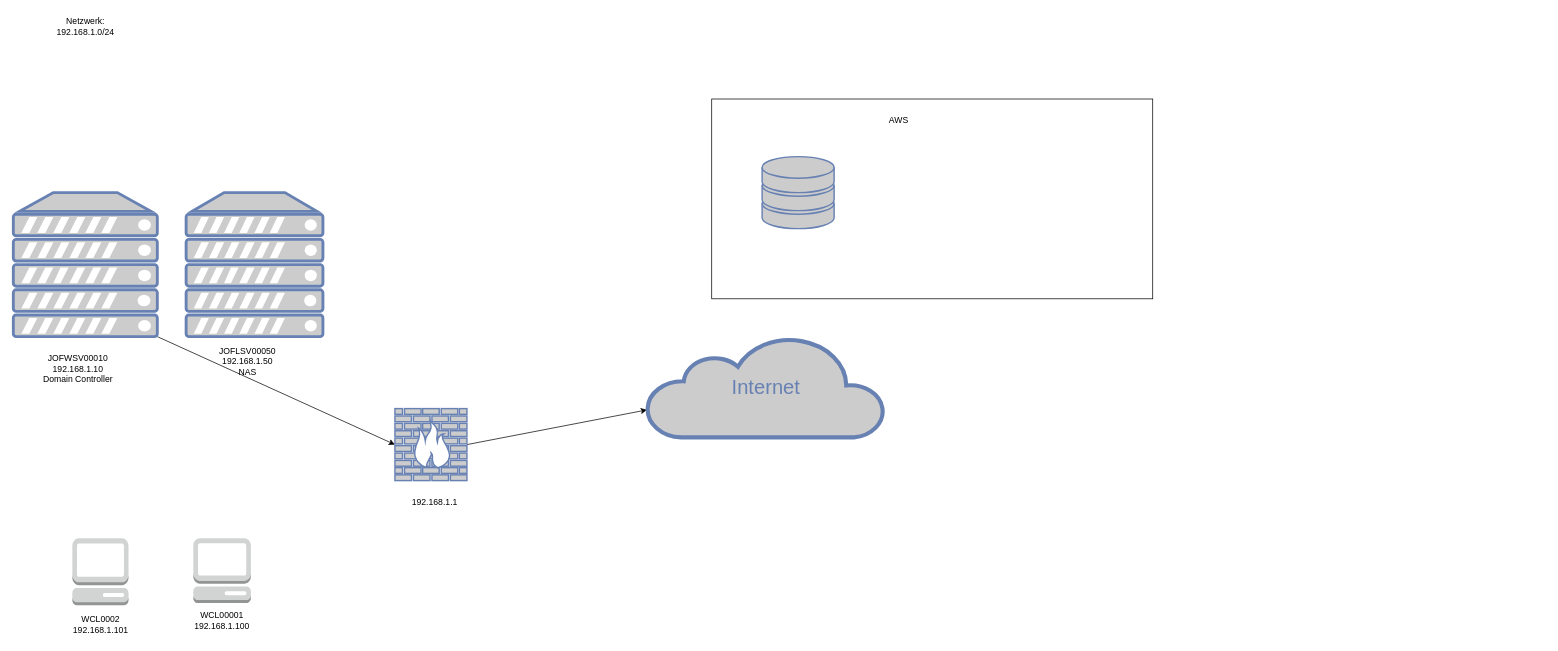
The draw.io diagram Netzwerk_test.drawio in JoelFernandes03/M143, before the edit. Source tidied: cells renumbered, new cells numbered last; positions are measured from the earlier drawing's top-left corner, leaving out a move shared by most shapes. Both pictures are drawn from the tidied source at 72%, with x=0, y=0 at pixel (13, 12).
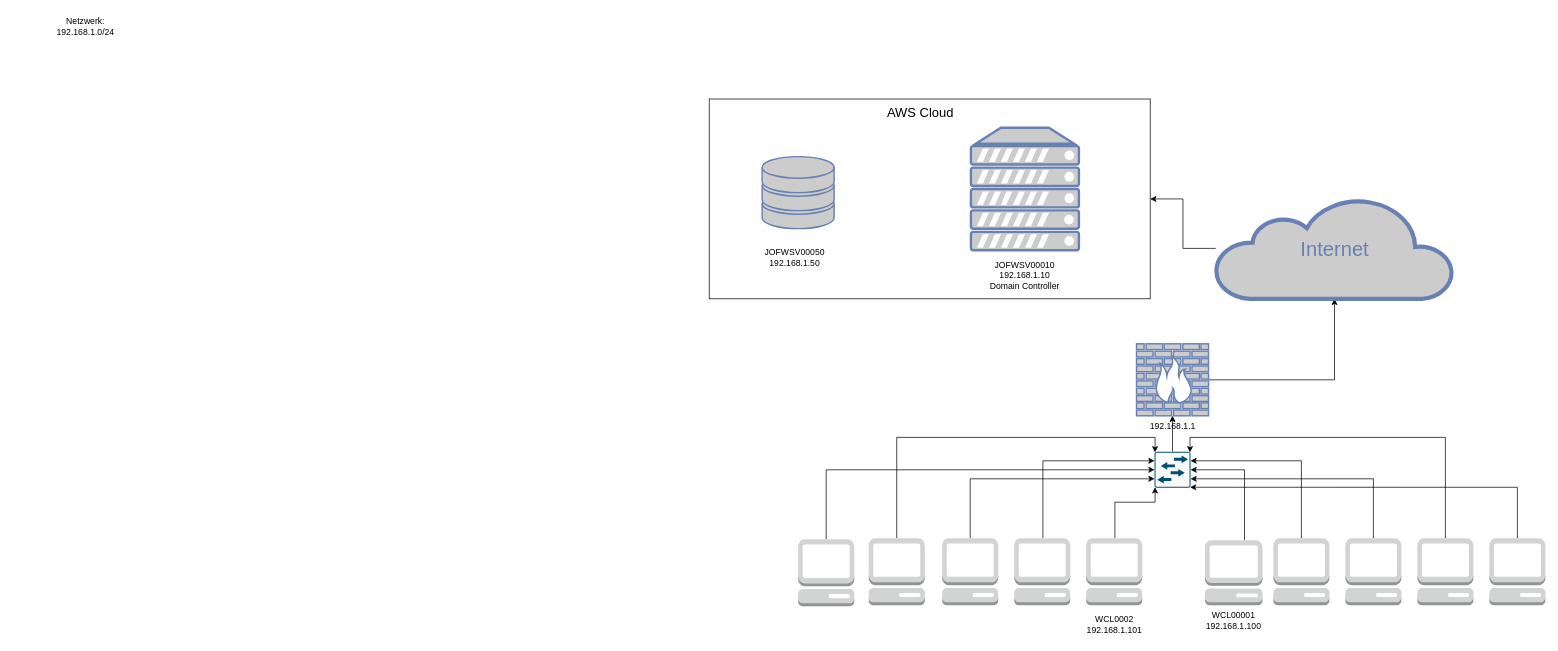
After the change.

The edit, as a diff of the source:
```diff
@@
     <mxCell id="2" style="whiteSpace=wrap;html=1;" parent="1" vertex="1">
-      <mxGeometry x="970" y="120" width="612.5" height="277.5" as="geometry" />
+      <mxGeometry x="966.5" y="120" width="612.5" height="277.5" as="geometry" />
     </mxCell>
-    <mxCell id="3" style="edgeStyle=none;rounded=0;jettySize=auto;html=1;exitX=1;exitY=0.5;exitDx=0;exitDy=0;exitPerimeter=0;" parent="1" edge="1" source="4" target="5">
+    <mxCell id="3" style="edgeStyle=orthogonalEdgeStyle;rounded=0;jettySize=auto;html=1;entryX=0.5;entryY=1;entryDx=0;entryDy=0;entryPerimeter=0;" parent="1" edge="1" source="4" target="5">
       <mxGeometry relative="1" as="geometry" />
     </mxCell>
     <mxCell id="4" style="fontColor=#0066CC;verticalAlign=top;verticalLabelPosition=bottom;labelPosition=center;align=center;html=1;fillColor=#CCCCCC;strokeColor=#6881B3;gradientColor=none;gradientDirection=north;strokeWidth=2;shape=mxgraph.networks.firewall;rounded=0;shadow=0;comic=0;" parent="1" vertex="1">
-      <mxGeometry x="530" y="550" width="100" height="100" as="geometry" />
+      <mxGeometry x="1560" y="460" width="100" height="100" as="geometry" />
     </mxCell>
+    <mxCell id="19" style="edgeStyle=orthogonalEdgeStyle;rounded=0;jettySize=auto;html=1;fontSize=18;" parent="1" edge="1" source="5" target="2">
+      <mxGeometry relative="1" as="geometry" />
+    </mxCell>
     <mxCell id="5" value="Internet" style="html=1;fillColor=#CCCCCC;strokeColor=#6881B3;gradientColor=none;gradientDirection=north;strokeWidth=2;shape=mxgraph.networks.cloud;fontColor=#6881B3;rounded=0;shadow=0;comic=0;align=center;fontSize=28;" parent="1" vertex="1">
-      <mxGeometry x="880" y="450" width="330" height="140" as="geometry" />
+      <mxGeometry x="1670" y="257.5" width="330" height="140" as="geometry" />
     </mxCell>
-    <mxCell id="6" style="edgeStyle=none;rounded=0;jettySize=auto;html=1;exitX=1;exitY=1;exitDx=0;exitDy=0;exitPerimeter=0;entryX=0;entryY=0.5;entryDx=0;entryDy=0;entryPerimeter=0;" parent="1" edge="1" source="7" target="4">
-      <mxGeometry relative="1" as="geometry" />
-    </mxCell>
-    <mxCell id="7" style="fontColor=#0066CC;verticalAlign=top;verticalLabelPosition=bottom;labelPosition=center;align=center;html=1;outlineConnect=0;fillColor=#CCCCCC;strokeColor=#6881B3;gradientColor=none;gradientDirection=north;strokeWidth=2;shape=mxgraph.networks.server;" parent="1" vertex="1">
-      <mxGeometry y="250" width="200" height="200" as="geometry" />
-    </mxCell>
     <mxCell id="8" style="fontColor=#0066CC;verticalAlign=top;verticalLabelPosition=bottom;labelPosition=center;align=center;html=1;fillColor=#CCCCCC;strokeColor=#6881B3;gradientColor=none;gradientDirection=north;strokeWidth=2;shape=mxgraph.networks.server;" parent="1" vertex="1">
-      <mxGeometry x="240" y="250" width="190" height="200" as="geometry" />
+      <mxGeometry x="1330" y="160" width="150" height="170" as="geometry" />
     </mxCell>
     <mxCell id="9" value="JOFWSV00010&lt;br&gt;192.168.1.10&lt;br&gt;Domain Controller" style="text;strokeColor=none;align=center;fillColor=none;html=1;verticalAlign=middle;whiteSpace=wrap;rounded=0;" parent="1" vertex="1">
-      <mxGeometry x="35" y="470" width="110" height="50" as="geometry" />
+      <mxGeometry x="1350" y="340" width="110" height="50" as="geometry" />
     </mxCell>
-    <mxCell id="10" value="JOFLSV00050&lt;br&gt;192.168.1.50&lt;br&gt;NAS" style="text;html=1;align=center;verticalAlign=middle;strokeColor=none;fillColor=none;" parent="1" vertex="1">
-      <mxGeometry x="275" y="455" width="100" height="60" as="geometry" />
+    <mxCell id="10" value="JOFWSV00050&lt;br&gt;192.168.1.50&lt;br&gt;" style="text;html=1;align=center;verticalAlign=middle;strokeColor=none;fillColor=none;" parent="1" vertex="1">
+      <mxGeometry x="1030" y="320" width="110" height="40" as="geometry" />
     </mxCell>
@@
-    <mxCell id="12" value="AWS" style="text;strokeColor=none;align=center;fillColor=none;html=1;verticalAlign=middle;whiteSpace=wrap;rounded=0;" parent="1" vertex="1">
-      <mxGeometry x="1170" y="20" width="120" height="260" as="geometry" />
+    <mxCell id="12" value="&lt;font style=&quot;font-size: 18px;&quot;&gt;AWS Cloud&lt;/font&gt;" style="text;strokeColor=none;align=center;fillColor=none;html=1;verticalAlign=middle;whiteSpace=wrap;rounded=0;" parent="1" vertex="1">
+      <mxGeometry x="1200" y="10" width="120" height="260" as="geometry" />
     </mxCell>
@@
+    <mxCell id="20" style="edgeStyle=orthogonalEdgeStyle;rounded=0;jettySize=auto;html=1;entryX=0.015;entryY=0.985;entryDx=0;entryDy=0;entryPerimeter=0;fontSize=18;" parent="1" edge="1" source="14" target="23">
+      <mxGeometry relative="1" as="geometry">
+        <Array as="points">
+          <mxPoint x="1530" y="680" />
+          <mxPoint x="1586" y="680" />
+        </Array>
+      </mxGeometry>
+    </mxCell>
     <mxCell id="14" style="outlineConnect=0;dashed=0;verticalLabelPosition=bottom;verticalAlign=top;align=center;html=1;shape=mxgraph.aws3.management_console;fillColor=#D2D3D3;gradientColor=none;" parent="1" vertex="1">
-      <mxGeometry x="82" y="730" width="78" height="93" as="geometry" />
+      <mxGeometry x="1490" y="730" width="78" height="93" as="geometry" />
     </mxCell>
+    <mxCell id="21" style="edgeStyle=orthogonalEdgeStyle;rounded=0;jettySize=auto;html=1;entryX=1;entryY=0.5;entryDx=0;entryDy=0;entryPerimeter=0;fontSize=18;" parent="1" edge="1" source="15" target="23">
+      <mxGeometry relative="1" as="geometry">
+        <Array as="points">
+          <mxPoint x="1710" y="635" />
+        </Array>
+      </mxGeometry>
+    </mxCell>
     <mxCell id="15" style="outlineConnect=0;dashed=0;verticalLabelPosition=bottom;verticalAlign=top;align=center;html=1;shape=mxgraph.aws3.management_console;fillColor=#D2D3D3;gradientColor=none;" parent="1" vertex="1">
-      <mxGeometry x="250" y="730" width="80" height="90" as="geometry" />
+      <mxGeometry x="1655" y="733" width="80" height="90" as="geometry" />
     </mxCell>
     <mxCell id="16" value="WCL00001&lt;br&gt;192.168.1.100" style="text;strokeColor=none;align=center;fillColor=none;html=1;verticalAlign=middle;whiteSpace=wrap;rounded=0;" parent="1" vertex="1">
-      <mxGeometry x="260" y="830" width="60" height="30" as="geometry" />
+      <mxGeometry x="1665" y="830" width="60" height="30" as="geometry" />
     </mxCell>
     <mxCell id="17" value="WCL0002&lt;br&gt;192.168.1.101" style="text;html=1;align=center;verticalAlign=middle;strokeColor=none;fillColor=none;" parent="1" vertex="1">
-      <mxGeometry x="71" y="830" width="100" height="40" as="geometry" />
+      <mxGeometry x="1479" y="830" width="100" height="40" as="geometry" />
     </mxCell>
     <mxCell id="18" value="192.168.1.1" style="text;html=1;align=center;verticalAlign=middle;strokeColor=none;fillColor=none;" parent="1" vertex="1">
-      <mxGeometry x="540" y="665" width="90" height="30" as="geometry" />
+      <mxGeometry x="1565" y="560" width="90" height="30" as="geometry" />
     </mxCell>
+    <mxCell id="22" style="edgeStyle=orthogonalEdgeStyle;rounded=0;jettySize=auto;html=1;exitX=0.5;exitY=0;exitDx=0;exitDy=0;exitPerimeter=0;entryX=0.5;entryY=1;entryDx=0;entryDy=0;entryPerimeter=0;" parent="1" edge="1" source="23" target="4">
+      <mxGeometry relative="1" as="geometry" />
+    </mxCell>
+    <mxCell id="23" style="sketch=0;points=[[0.015,0.015,0],[0.985,0.015,0],[0.985,0.985,0],[0.015,0.985,0],[0.25,0,0],[0.5,0,0],[0.75,0,0],[1,0.25,0],[1,0.5,0],[1,0.75,0],[0.75,1,0],[0.5,1,0],[0.25,1,0],[0,0.75,0],[0,0.5,0],[0,0.25,0]];verticalLabelPosition=bottom;html=1;verticalAlign=top;align=center;shape=mxgraph.cisco19.rect;prIcon=l2_switch;fillColor=#FAFAFA;strokeColor=#005073;" parent="1" vertex="1">
+      <mxGeometry x="1585" y="610" width="50" height="50" as="geometry" />
+    </mxCell>
+    <mxCell id="24" style="edgeStyle=orthogonalEdgeStyle;rounded=0;jettySize=auto;html=1;entryX=1;entryY=0.25;entryDx=0;entryDy=0;entryPerimeter=0;fontSize=18;" parent="1" edge="1" source="25" target="23">
+      <mxGeometry relative="1" as="geometry">
+        <Array as="points">
+          <mxPoint x="1789" y="623" />
+        </Array>
+      </mxGeometry>
+    </mxCell>
+    <mxCell id="25" style="outlineConnect=0;dashed=0;verticalLabelPosition=bottom;verticalAlign=top;align=center;html=1;shape=mxgraph.aws3.management_console;fillColor=#D2D3D3;gradientColor=none;" parent="1" vertex="1">
+      <mxGeometry x="1750" y="730" width="78" height="93" as="geometry" />
+    </mxCell>
+    <mxCell id="26" style="edgeStyle=orthogonalEdgeStyle;rounded=0;jettySize=auto;html=1;entryX=1;entryY=0.75;entryDx=0;entryDy=0;entryPerimeter=0;fontSize=18;" parent="1" edge="1" source="27" target="23">
+      <mxGeometry relative="1" as="geometry">
+        <Array as="points">
+          <mxPoint x="1889" y="648" />
+        </Array>
+      </mxGeometry>
+    </mxCell>
+    <mxCell id="27" style="outlineConnect=0;dashed=0;verticalLabelPosition=bottom;verticalAlign=top;align=center;html=1;shape=mxgraph.aws3.management_console;fillColor=#D2D3D3;gradientColor=none;" parent="1" vertex="1">
+      <mxGeometry x="1850" y="730" width="78" height="93" as="geometry" />
+    </mxCell>
+    <mxCell id="28" style="edgeStyle=orthogonalEdgeStyle;rounded=0;jettySize=auto;html=1;entryX=0;entryY=0.25;entryDx=0;entryDy=0;entryPerimeter=0;fontSize=18;" parent="1" edge="1" source="29" target="23">
+      <mxGeometry relative="1" as="geometry">
+        <Array as="points">
+          <mxPoint x="1430" y="623" />
+        </Array>
+      </mxGeometry>
+    </mxCell>
+    <mxCell id="29" style="outlineConnect=0;dashed=0;verticalLabelPosition=bottom;verticalAlign=top;align=center;html=1;shape=mxgraph.aws3.management_console;fillColor=#D2D3D3;gradientColor=none;" parent="1" vertex="1">
+      <mxGeometry x="1390" y="730" width="78" height="93" as="geometry" />
+    </mxCell>
+    <mxCell id="30" style="edgeStyle=orthogonalEdgeStyle;rounded=0;jettySize=auto;html=1;entryX=0;entryY=0.75;entryDx=0;entryDy=0;entryPerimeter=0;fontSize=18;" parent="1" edge="1" source="31" target="23">
+      <mxGeometry relative="1" as="geometry">
+        <Array as="points">
+          <mxPoint x="1329" y="648" />
+        </Array>
+      </mxGeometry>
+    </mxCell>
+    <mxCell id="31" style="outlineConnect=0;dashed=0;verticalLabelPosition=bottom;verticalAlign=top;align=center;html=1;shape=mxgraph.aws3.management_console;fillColor=#D2D3D3;gradientColor=none;" parent="1" vertex="1">
+      <mxGeometry x="1290" y="730" width="78" height="93" as="geometry" />
+    </mxCell>
+    <mxCell id="32" style="edgeStyle=orthogonalEdgeStyle;rounded=0;jettySize=auto;html=1;exitX=0.5;exitY=0;exitDx=0;exitDy=0;exitPerimeter=0;entryX=0.015;entryY=0.015;entryDx=0;entryDy=0;entryPerimeter=0;fontSize=18;" parent="1" edge="1" source="33" target="23">
+      <mxGeometry relative="1" as="geometry" />
+    </mxCell>
+    <mxCell id="33" style="outlineConnect=0;dashed=0;verticalLabelPosition=bottom;verticalAlign=top;align=center;html=1;shape=mxgraph.aws3.management_console;fillColor=#D2D3D3;gradientColor=none;" parent="1" vertex="1">
+      <mxGeometry x="1188" y="730" width="78" height="93" as="geometry" />
+    </mxCell>
+    <mxCell id="34" style="edgeStyle=orthogonalEdgeStyle;rounded=0;jettySize=auto;html=1;entryX=0;entryY=0.5;entryDx=0;entryDy=0;entryPerimeter=0;fontSize=18;" parent="1" edge="1" source="35" target="23">
+      <mxGeometry relative="1" as="geometry">
+        <Array as="points">
+          <mxPoint x="1129" y="635" />
+        </Array>
+      </mxGeometry>
+    </mxCell>
+    <mxCell id="35" style="outlineConnect=0;dashed=0;verticalLabelPosition=bottom;verticalAlign=top;align=center;html=1;shape=mxgraph.aws3.management_console;fillColor=#D2D3D3;gradientColor=none;" parent="1" vertex="1">
+      <mxGeometry x="1090" y="731.5" width="78" height="93" as="geometry" />
+    </mxCell>
+    <mxCell id="36" style="edgeStyle=orthogonalEdgeStyle;rounded=0;jettySize=auto;html=1;entryX=0.985;entryY=0.015;entryDx=0;entryDy=0;entryPerimeter=0;fontSize=18;" parent="1" edge="1" source="37" target="23">
+      <mxGeometry relative="1" as="geometry">
+        <Array as="points">
+          <mxPoint x="1989" y="590" />
+          <mxPoint x="1634" y="590" />
+        </Array>
+      </mxGeometry>
+    </mxCell>
+    <mxCell id="37" style="outlineConnect=0;dashed=0;verticalLabelPosition=bottom;verticalAlign=top;align=center;html=1;shape=mxgraph.aws3.management_console;fillColor=#D2D3D3;gradientColor=none;" parent="1" vertex="1">
+      <mxGeometry x="1950" y="730" width="78" height="93" as="geometry" />
+    </mxCell>
+    <mxCell id="38" style="edgeStyle=orthogonalEdgeStyle;rounded=0;jettySize=auto;html=1;entryX=0.985;entryY=0.985;entryDx=0;entryDy=0;entryPerimeter=0;fontSize=18;" parent="1" edge="1" source="39" target="23">
+      <mxGeometry relative="1" as="geometry">
+        <Array as="points">
+          <mxPoint x="2089" y="659" />
+        </Array>
+      </mxGeometry>
+    </mxCell>
+    <mxCell id="39" style="outlineConnect=0;dashed=0;verticalLabelPosition=bottom;verticalAlign=top;align=center;html=1;shape=mxgraph.aws3.management_console;fillColor=#D2D3D3;gradientColor=none;" parent="1" vertex="1">
+      <mxGeometry x="2050" y="730" width="78" height="93" as="geometry" />
+    </mxCell>
```
